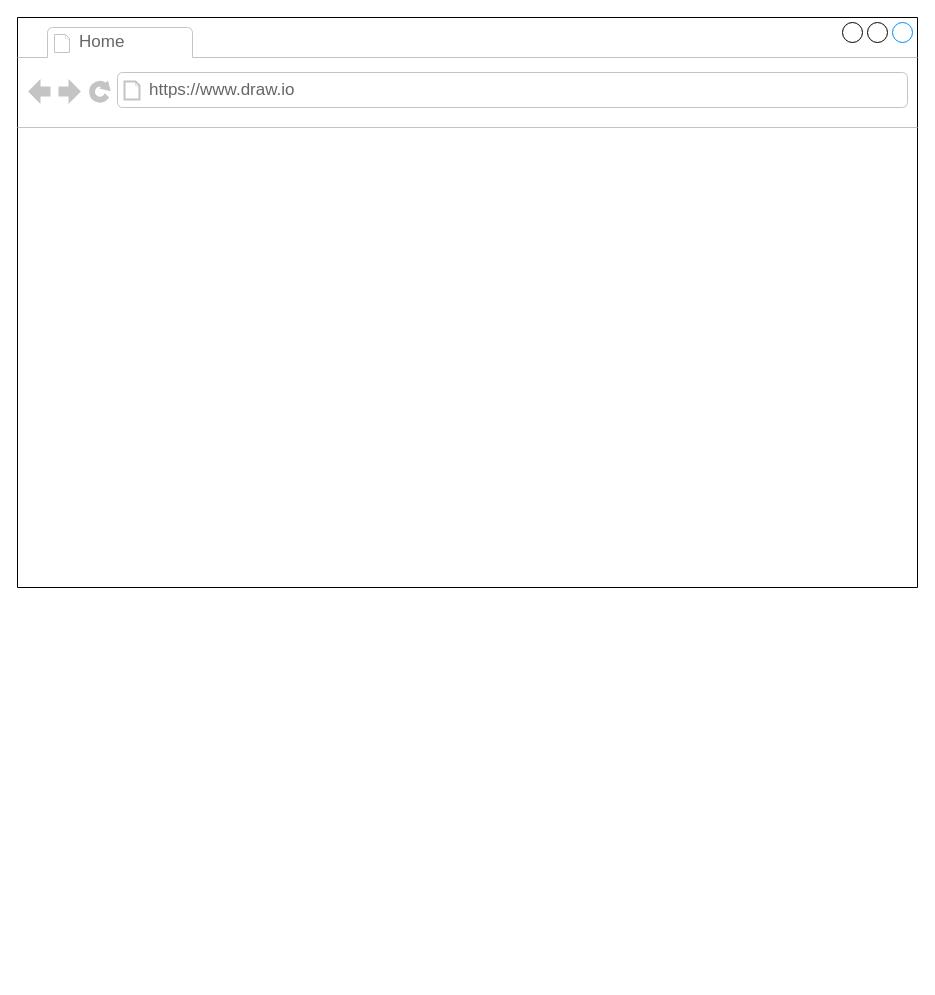
Earlier version of the draw.io diagram Wireframe.drawio (NinjaChief101/Test-New). Source tidied: cells renumbered, new cells numbered last; positions are measured from the earlier drawing's top-left corner, leaving out a move shared by most shapes. Both pictures are drawn from the tidied source at 100%, with x=0, y=0 at pixel (17, 17).
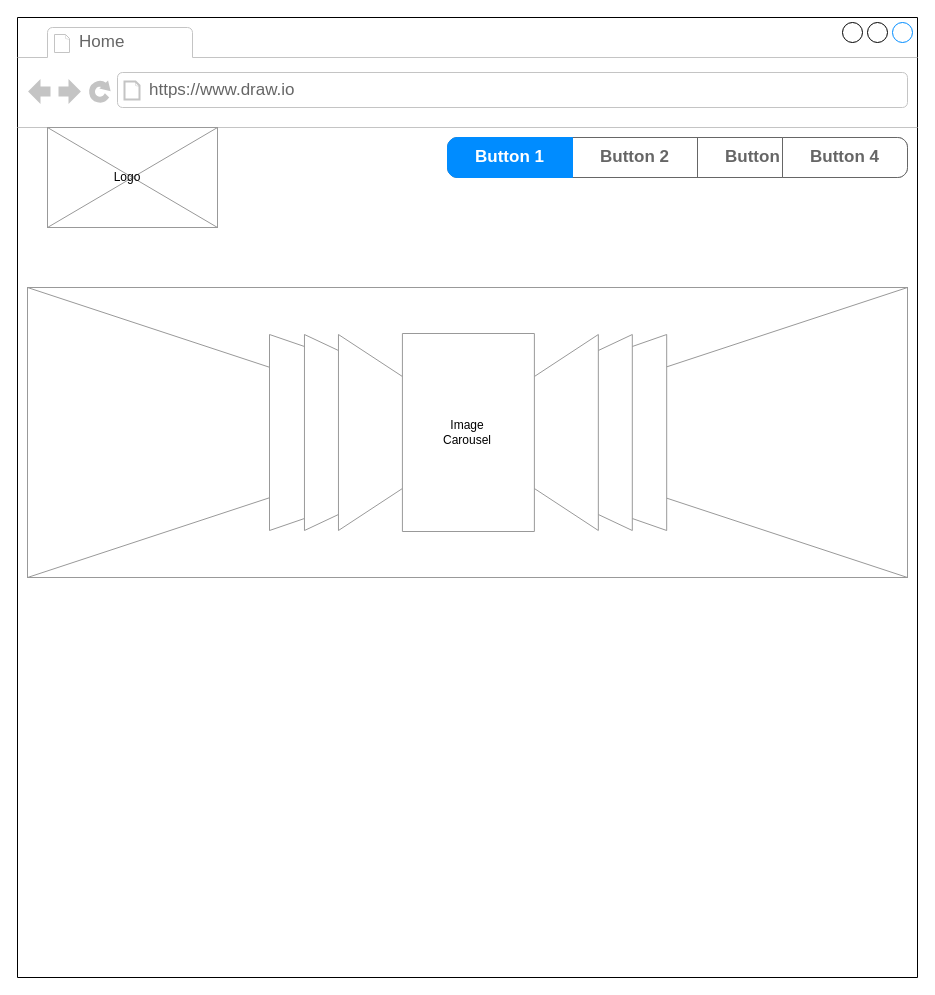
The same page after the edit.

What changed in the source:
```diff
@@
 <mxGraphModel>
   <root>
     <mxCell id="0" />
     <mxCell id="1" parent="0" />
     <mxCell id="2" style="strokeWidth=1;shadow=0;dashed=0;align=center;html=1;shape=mxgraph.mockup.containers.browserWindow;rSize=0;strokeColor2=#008cff;strokeColor3=#c4c4c4;mainText=,;" parent="1" vertex="1">
-      <mxGeometry width="900" height="570" as="geometry" />
+      <mxGeometry width="900" height="960" as="geometry" />
     </mxCell>
     <mxCell id="3" value="Home" style="strokeWidth=1;shadow=0;dashed=0;align=center;html=1;shape=mxgraph.mockup.containers.anchor;fontSize=17;fontColor=#666666;align=left;whiteSpace=wrap;" parent="2" vertex="1">
       <mxGeometry x="60" y="12" width="110" height="26" as="geometry" />
     </mxCell>
     <mxCell id="4" value="https://www.draw.io" style="strokeWidth=1;shadow=0;dashed=0;align=center;html=1;shape=mxgraph.mockup.containers.anchor;rSize=0;fontSize=17;fontColor=#666666;align=left;" parent="2" vertex="1">
       <mxGeometry x="130" y="60" width="250" height="26" as="geometry" />
     </mxCell>
+    <mxCell id="5" style="strokeWidth=1;shadow=0;dashed=0;align=center;html=1;shape=mxgraph.mockup.rrect;rSize=10;fillColor=#ffffff;strokeColor=#666666;" parent="2" vertex="1">
+      <mxGeometry x="430" y="120" width="460" height="40" as="geometry" />
+    </mxCell>
+    <mxCell id="6" value="Button 2" style="strokeColor=inherit;fillColor=inherit;gradientColor=inherit;strokeWidth=1;shadow=0;dashed=0;align=center;html=1;shape=mxgraph.mockup.rrect;rSize=0;fontSize=17;fontColor=#666666;fontStyle=1;whiteSpace=wrap;" parent="5" vertex="1">
+      <mxGeometry width="125" height="40" relative="1" as="geometry">
+        <mxPoint x="125" as="offset" />
+      </mxGeometry>
+    </mxCell>
+    <mxCell id="7" value="Button 3" style="strokeColor=inherit;fillColor=inherit;gradientColor=inherit;strokeWidth=1;shadow=0;dashed=0;align=center;html=1;shape=mxgraph.mockup.rrect;rSize=0;fontSize=17;fontColor=#666666;fontStyle=1;whiteSpace=wrap;" parent="5" vertex="1">
+      <mxGeometry width="125" height="40" relative="1" as="geometry">
+        <mxPoint x="250" as="offset" />
+      </mxGeometry>
+    </mxCell>
+    <mxCell id="8" value="Button 4" style="strokeColor=inherit;fillColor=inherit;gradientColor=inherit;strokeWidth=1;shadow=0;dashed=0;align=center;html=1;shape=mxgraph.mockup.rightButton;rSize=10;fontSize=17;fontColor=#666666;fontStyle=1;whiteSpace=wrap;" parent="5" vertex="1">
+      <mxGeometry x="1" width="125" height="40" relative="1" as="geometry">
+        <mxPoint x="-125" as="offset" />
+      </mxGeometry>
+    </mxCell>
+    <mxCell id="9" value="Button 1" style="strokeWidth=1;shadow=0;dashed=0;align=center;html=1;shape=mxgraph.mockup.leftButton;rSize=10;fontSize=17;fontColor=#ffffff;fontStyle=1;fillColor=#008cff;strokeColor=#008cff;whiteSpace=wrap;" parent="5" vertex="1">
+      <mxGeometry width="125" height="40" relative="1" as="geometry" />
+    </mxCell>
+    <mxCell id="10" style="verticalLabelPosition=bottom;shadow=0;dashed=0;align=center;html=1;verticalAlign=top;strokeWidth=1;shape=mxgraph.mockup.graphics.simpleIcon;strokeColor=#999999;" parent="2" vertex="1">
+      <mxGeometry x="30" y="110" width="170" height="100" as="geometry" />
+    </mxCell>
+    <mxCell id="11" style="verticalLabelPosition=bottom;shadow=0;dashed=0;align=center;html=1;verticalAlign=top;strokeWidth=1;shape=mxgraph.mockup.graphics.simpleIcon;strokeColor=#999999;" parent="2" vertex="1">
+      <mxGeometry x="10" y="270" width="880" height="290" as="geometry" />
+    </mxCell>
+    <mxCell id="12" style="verticalLabelPosition=bottom;shadow=0;dashed=0;align=center;html=1;verticalAlign=top;strokeWidth=1;shape=mxgraph.mockup.navigation.coverFlow;strokeColor=#999999;" parent="2" vertex="1">
+      <mxGeometry x="250" y="315" width="400" height="200" as="geometry" />
+    </mxCell>
+    <mxCell id="13" value="Image Carousel" style="text;html=1;align=center;verticalAlign=middle;whiteSpace=wrap;rounded=0;" parent="2" vertex="1">
+      <mxGeometry x="420" y="400" width="60" height="30" as="geometry" />
+    </mxCell>
+    <mxCell id="14" value="Logo" style="text;html=1;align=center;verticalAlign=middle;whiteSpace=wrap;rounded=0;" parent="2" vertex="1">
+      <mxGeometry x="80" y="145" width="60" height="30" as="geometry" />
+    </mxCell>
   </root>
 </mxGraphModel>
```
